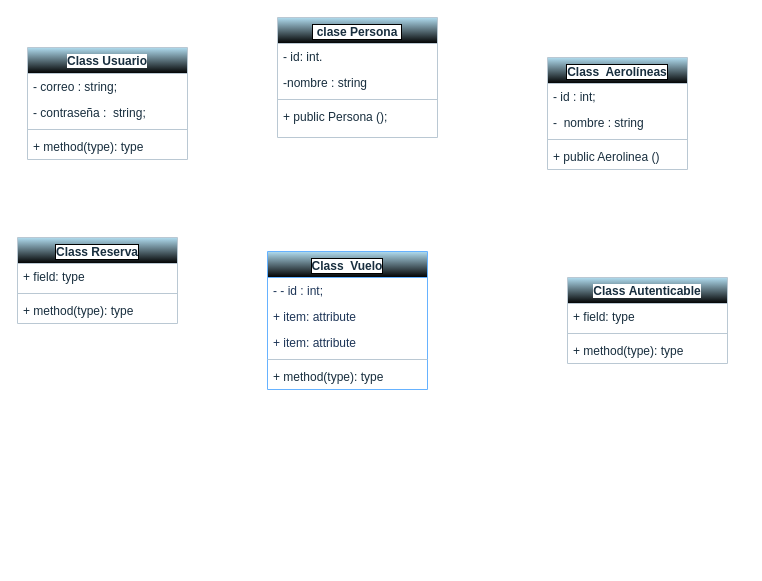
Mariayey12/EJERCICIOWORKSHOPPROGRAMACIONORIENTADA-OBJECTOS keeps this draw.io diagram as src/Diagrama sin título.drawio. Above is the earlier version. Source tidied: cells renumbered, new cells numbered last; positions are measured from the earlier drawing's top-left corner, leaving out a move shared by most shapes. Both pictures are drawn from the tidied source at 100%, with x=0, y=0 at pixel (17, 17).
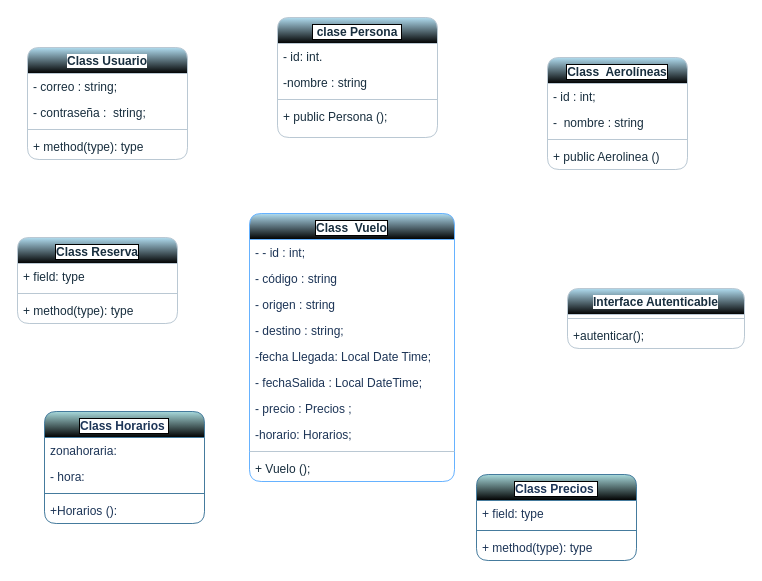
Above is the later version.

Change to the diagram source:
```diff
@@
-    <mxCell id="2" value="&amp;nbsp;clase Persona&amp;nbsp;" style="swimlane;fontStyle=1;align=center;verticalAlign=top;horizontal=1;startSize=26;labelBackgroundColor=default;fillColor=#B1DDF0;strokeColor=#BAC8D3;fontColor=#182E3E;html=1;whiteSpace=wrap;labelBorderColor=default;gradientColor=default;" parent="1" vertex="1">
+    <mxCell id="2" value="&amp;nbsp;clase Persona&amp;nbsp;" style="swimlane;fontStyle=1;align=center;verticalAlign=top;horizontal=1;startSize=26;labelBackgroundColor=default;fillColor=#B1DDF0;strokeColor=#BAC8D3;fontColor=#182E3E;html=1;whiteSpace=wrap;labelBorderColor=default;gradientColor=default;rounded=1;" parent="1" vertex="1">
       <mxGeometry x="260" width="160" height="120" as="geometry" />
     </mxCell>
@@
-    <mxCell id="7" value="Class&amp;nbsp;Usuario " style="swimlane;fontStyle=1;align=center;verticalAlign=top;horizontal=1;startSize=26;whiteSpace=wrap;html=1;strokeColor=#BAC8D3;fontColor=#182E3E;fillColor=#B1DDF0;labelBackgroundColor=default;gradientColor=default;" parent="1" vertex="1">
+    <mxCell id="7" value="Class&amp;nbsp;Usuario " style="swimlane;fontStyle=1;align=center;verticalAlign=top;horizontal=1;startSize=26;whiteSpace=wrap;html=1;strokeColor=#BAC8D3;fontColor=#182E3E;fillColor=#B1DDF0;labelBackgroundColor=default;gradientColor=default;rounded=1;" parent="1" vertex="1">
       <mxGeometry x="10" y="30" width="160" height="112" as="geometry" />
     </mxCell>
@@
-    <mxCell id="12" value="Class&amp;nbsp; Vuelo " style="swimlane;fontStyle=1;align=center;verticalAlign=top;horizontal=1;startSize=26;whiteSpace=wrap;html=1;strokeColor=#66B2FF;fontColor=#182E3E;fillColor=#B1DDF0;labelBackgroundColor=default;labelBorderColor=default;gradientColor=default;" parent="1" vertex="1">
-      <mxGeometry x="250" y="234" width="160" height="138" as="geometry" />
+    <mxCell id="12" value="Class&amp;nbsp; Vuelo " style="swimlane;fontStyle=1;align=center;verticalAlign=top;horizontal=1;startSize=26;whiteSpace=wrap;html=1;strokeColor=#66B2FF;fontColor=#182E3E;fillColor=#B1DDF0;labelBackgroundColor=default;labelBorderColor=default;gradientColor=default;rounded=1;" parent="1" vertex="1">
+      <mxGeometry x="232" y="196" width="205" height="268" as="geometry" />
     </mxCell>
     <mxCell id="13" value="-&amp;nbsp;- id : int;" style="text;strokeColor=none;fillColor=none;align=left;verticalAlign=top;spacingLeft=4;spacingRight=4;overflow=hidden;whiteSpace=wrap;html=1;fontColor=#1D3557;" parent="12" vertex="1">
-      <mxGeometry y="26" width="160" height="26" as="geometry" />
+      <mxGeometry y="26" width="205" height="26" as="geometry" />
     </mxCell>
-    <mxCell id="14" value="+ item: attribute" style="text;strokeColor=none;fillColor=none;align=left;verticalAlign=top;spacingLeft=4;spacingRight=4;overflow=hidden;whiteSpace=wrap;html=1;fontColor=#1D3557;" parent="12" vertex="1">
-      <mxGeometry y="52" width="160" height="26" as="geometry" />
+    <mxCell id="14" value="- código : string" style="text;strokeColor=none;fillColor=none;align=left;verticalAlign=top;spacingLeft=4;spacingRight=4;overflow=hidden;whiteSpace=wrap;html=1;fontColor=#1D3557;" parent="12" vertex="1">
+      <mxGeometry y="52" width="205" height="26" as="geometry" />
     </mxCell>
+    <mxCell id="31" value="- origen : string" style="text;strokeColor=none;fillColor=none;align=left;verticalAlign=top;spacingLeft=4;spacingRight=4;overflow=hidden;whiteSpace=wrap;html=1;fontColor=#1D3557;" parent="12" vertex="1">
+      <mxGeometry y="78" width="205" height="26" as="geometry" />
+    </mxCell>
-    <mxCell id="15" value="+ item: attribute" style="text;strokeColor=none;fillColor=none;align=left;verticalAlign=top;spacingLeft=4;spacingRight=4;overflow=hidden;whiteSpace=wrap;html=1;fontColor=#1D3557;" parent="12" vertex="1">
-      <mxGeometry y="78" width="160" height="26" as="geometry" />
+    <mxCell id="15" value="- destino : string;" style="text;strokeColor=none;fillColor=none;align=left;verticalAlign=top;spacingLeft=4;spacingRight=4;overflow=hidden;whiteSpace=wrap;html=1;fontColor=#1D3557;" parent="12" vertex="1">
+      <mxGeometry y="104" width="205" height="26" as="geometry" />
     </mxCell>
+    <mxCell id="32" value="-fecha Llegada: Local Date Time;" style="text;strokeColor=none;fillColor=none;align=left;verticalAlign=top;spacingLeft=4;spacingRight=4;overflow=hidden;whiteSpace=wrap;html=1;fontColor=#1D3557;" parent="12" vertex="1">
+      <mxGeometry y="130" width="205" height="26" as="geometry" />
+    </mxCell>
+    <mxCell id="33" value="- fechaSalida :&amp;nbsp;Local DateTime;" style="text;strokeColor=none;fillColor=none;align=left;verticalAlign=top;spacingLeft=4;spacingRight=4;overflow=hidden;whiteSpace=wrap;html=1;fontColor=#1D3557;" parent="12" vertex="1">
+      <mxGeometry y="156" width="205" height="26" as="geometry" />
+    </mxCell>
+    <mxCell id="34" value="- precio : Precios ;" style="text;strokeColor=none;fillColor=none;align=left;verticalAlign=top;spacingLeft=4;spacingRight=4;overflow=hidden;whiteSpace=wrap;html=1;fontColor=#1D3557;" parent="12" vertex="1">
+      <mxGeometry y="182" width="205" height="26" as="geometry" />
+    </mxCell>
+    <mxCell id="35" value="-horario: Horarios;" style="text;strokeColor=none;fillColor=none;align=left;verticalAlign=top;spacingLeft=4;spacingRight=4;overflow=hidden;whiteSpace=wrap;html=1;fontColor=#1D3557;" parent="12" vertex="1">
+      <mxGeometry y="208" width="205" height="26" as="geometry" />
+    </mxCell>
     <mxCell id="16" style="line;strokeWidth=1;fillColor=none;align=left;verticalAlign=middle;spacingTop=-1;spacingLeft=3;spacingRight=3;labelPosition=right;strokeColor=#BAC8D3;fontColor=#182E3E;labelBackgroundColor=none;" parent="12" vertex="1">
-      <mxGeometry y="104" width="160" height="8" as="geometry" />
+      <mxGeometry y="234" width="205" height="8" as="geometry" />
     </mxCell>
-    <mxCell id="17" value="+ method(type): type" style="text;strokeColor=none;fillColor=none;align=left;verticalAlign=top;spacingLeft=4;spacingRight=4;overflow=hidden;whiteSpace=wrap;html=1;fontColor=#182E3E;labelBackgroundColor=none;" parent="12" vertex="1">
-      <mxGeometry y="112" width="160" height="26" as="geometry" />
+    <mxCell id="17" value="+ Vuelo ();&amp;nbsp;" style="text;strokeColor=none;fillColor=none;align=left;verticalAlign=top;spacingLeft=4;spacingRight=4;overflow=hidden;whiteSpace=wrap;html=1;fontColor=#182E3E;labelBackgroundColor=none;" parent="12" vertex="1">
+      <mxGeometry y="242" width="205" height="26" as="geometry" />
     </mxCell>
-    <mxCell id="18" value="Class&amp;nbsp; Aerolíneas" style="swimlane;fontStyle=1;align=center;verticalAlign=top;horizontal=1;startSize=26;whiteSpace=wrap;html=1;strokeColor=#BAC8D3;fontColor=#182E3E;fillColor=#B1DDF0;labelBackgroundColor=default;labelBorderColor=default;gradientColor=default;swimlaneFillColor=none;" parent="1" vertex="1">
+    <mxCell id="18" value="Class&amp;nbsp; Aerolíneas" style="swimlane;fontStyle=1;align=center;verticalAlign=top;horizontal=1;startSize=26;whiteSpace=wrap;html=1;strokeColor=#BAC8D3;fontColor=#182E3E;fillColor=#B1DDF0;labelBackgroundColor=default;labelBorderColor=default;gradientColor=default;swimlaneFillColor=default;rounded=1;" parent="1" vertex="1">
       <mxGeometry x="530" y="40" width="140" height="112" as="geometry" />
     </mxCell>
@@
-    <mxCell id="23" value="Class&amp;nbsp;Reserva " style="swimlane;fontStyle=1;align=center;verticalAlign=top;horizontal=1;startSize=26;whiteSpace=wrap;html=1;strokeColor=#BAC8D3;fontColor=#182E3E;fillColor=#B1DDF0;labelBackgroundColor=default;labelBorderColor=default;gradientColor=default;" parent="1" vertex="1">
+    <mxCell id="23" value="Class&amp;nbsp;Reserva " style="swimlane;fontStyle=1;align=center;verticalAlign=top;horizontal=1;startSize=26;whiteSpace=wrap;html=1;strokeColor=#BAC8D3;fontColor=#182E3E;fillColor=#B1DDF0;labelBackgroundColor=default;labelBorderColor=default;gradientColor=default;rounded=1;" parent="1" vertex="1">
       <mxGeometry y="220" width="160" height="86" as="geometry" />
     </mxCell>
@@
-    <mxCell id="27" value="Class&amp;nbsp;Autenticable " style="swimlane;fontStyle=1;align=center;verticalAlign=top;horizontal=1;startSize=26;whiteSpace=wrap;html=1;strokeColor=#BAC8D3;fontColor=#182E3E;fillColor=#B1DDF0;labelBackgroundColor=default;gradientColor=default;" parent="1" vertex="1">
-      <mxGeometry x="550" y="260" width="160" height="86" as="geometry" />
+    <mxCell id="27" value="Interface Autenticable " style="swimlane;fontStyle=1;align=center;verticalAlign=top;horizontal=1;startSize=26;whiteSpace=wrap;html=1;strokeColor=#BAC8D3;fontColor=#182E3E;fillColor=#B1DDF0;labelBackgroundColor=default;gradientColor=default;rounded=1;" parent="1" vertex="1">
+      <mxGeometry x="550" y="271" width="177" height="60" as="geometry" />
     </mxCell>
-    <mxCell id="28" value="+ field: type" style="text;strokeColor=none;fillColor=none;align=left;verticalAlign=top;spacingLeft=4;spacingRight=4;overflow=hidden;whiteSpace=wrap;html=1;fontColor=#182E3E;labelBackgroundColor=none;" parent="27" vertex="1">
-      <mxGeometry y="26" width="160" height="26" as="geometry" />
-    </mxCell>
     <mxCell id="29" style="line;strokeWidth=1;fillColor=none;align=left;verticalAlign=middle;spacingTop=-1;spacingLeft=3;spacingRight=3;labelPosition=right;strokeColor=#BAC8D3;fontColor=#182E3E;labelBackgroundColor=none;" parent="27" vertex="1">
-      <mxGeometry y="52" width="160" height="8" as="geometry" />
+      <mxGeometry y="26" width="177" height="8" as="geometry" />
     </mxCell>
-    <mxCell id="30" value="+ method(type): type" style="text;strokeColor=none;fillColor=none;align=left;verticalAlign=top;spacingLeft=4;spacingRight=4;overflow=hidden;whiteSpace=wrap;html=1;fontColor=#182E3E;labelBackgroundColor=none;" parent="27" vertex="1">
-      <mxGeometry y="60" width="160" height="26" as="geometry" />
+    <mxCell id="30" value="+autenticar();" style="text;strokeColor=none;fillColor=none;align=left;verticalAlign=top;spacingLeft=4;spacingRight=4;overflow=hidden;whiteSpace=wrap;html=1;fontColor=#182E3E;labelBackgroundColor=none;" parent="27" vertex="1">
+      <mxGeometry y="34" width="177" height="26" as="geometry" />
     </mxCell>
+    <mxCell id="36" value="Class Horarios&amp;nbsp;" style="swimlane;fontStyle=1;align=center;verticalAlign=top;horizontal=1;startSize=26;whiteSpace=wrap;html=1;strokeColor=#457B9D;fontColor=#1D3557;fillColor=#A8DADC;swimlaneFillColor=default;gradientColor=default;labelBackgroundColor=default;labelBorderColor=default;rounded=1;" parent="1" vertex="1">
+      <mxGeometry x="27" y="394" width="160" height="112" as="geometry" />
+    </mxCell>
+    <mxCell id="37" value="zonahoraria:" style="text;strokeColor=none;fillColor=none;align=left;verticalAlign=top;spacingLeft=4;spacingRight=4;overflow=hidden;whiteSpace=wrap;html=1;fontColor=#1D3557;" parent="36" vertex="1">
+      <mxGeometry y="26" width="160" height="26" as="geometry" />
+    </mxCell>
+    <mxCell id="38" value="- hora:" style="text;strokeColor=none;fillColor=none;align=left;verticalAlign=top;spacingLeft=4;spacingRight=4;overflow=hidden;whiteSpace=wrap;html=1;fontColor=#1D3557;" parent="36" vertex="1">
+      <mxGeometry y="52" width="160" height="26" as="geometry" />
+    </mxCell>
+    <mxCell id="39" style="line;strokeWidth=1;fillColor=none;align=left;verticalAlign=middle;spacingTop=-1;spacingLeft=3;spacingRight=3;labelPosition=right;strokeColor=inherit;fontColor=#1D3557;" parent="36" vertex="1">
+      <mxGeometry y="78" width="160" height="8" as="geometry" />
+    </mxCell>
+    <mxCell id="40" value="+Horarios ():" style="text;strokeColor=none;fillColor=none;align=left;verticalAlign=top;spacingLeft=4;spacingRight=4;overflow=hidden;whiteSpace=wrap;html=1;fontColor=#1D3557;" parent="36" vertex="1">
+      <mxGeometry y="86" width="160" height="26" as="geometry" />
+    </mxCell>
+    <mxCell id="41" value="Class Precios&amp;nbsp;" style="swimlane;fontStyle=1;align=center;verticalAlign=top;horizontal=1;startSize=26;whiteSpace=wrap;html=1;strokeColor=#457B9D;fontColor=#1D3557;fillColor=#A8DADC;swimlaneFillColor=default;labelBorderColor=default;labelBackgroundColor=default;gradientColor=default;rounded=1;" parent="1" vertex="1">
+      <mxGeometry x="459" y="457" width="160" height="86" as="geometry" />
+    </mxCell>
+    <mxCell id="28" value="+ field: type" style="text;strokeColor=none;fillColor=none;align=left;verticalAlign=top;spacingLeft=4;spacingRight=4;overflow=hidden;whiteSpace=wrap;html=1;fontColor=#1D3557;" parent="41" vertex="1">
+      <mxGeometry y="26" width="160" height="26" as="geometry" />
+    </mxCell>
+    <mxCell id="42" style="line;strokeWidth=1;fillColor=none;align=left;verticalAlign=middle;spacingTop=-1;spacingLeft=3;spacingRight=3;labelPosition=right;strokeColor=inherit;fontColor=#1D3557;" parent="41" vertex="1">
+      <mxGeometry y="52" width="160" height="8" as="geometry" />
+    </mxCell>
+    <mxCell id="43" value="+ method(type): type" style="text;strokeColor=none;fillColor=none;align=left;verticalAlign=top;spacingLeft=4;spacingRight=4;overflow=hidden;whiteSpace=wrap;html=1;fontColor=#1D3557;" parent="41" vertex="1">
+      <mxGeometry y="60" width="160" height="26" as="geometry" />
+    </mxCell>
```
